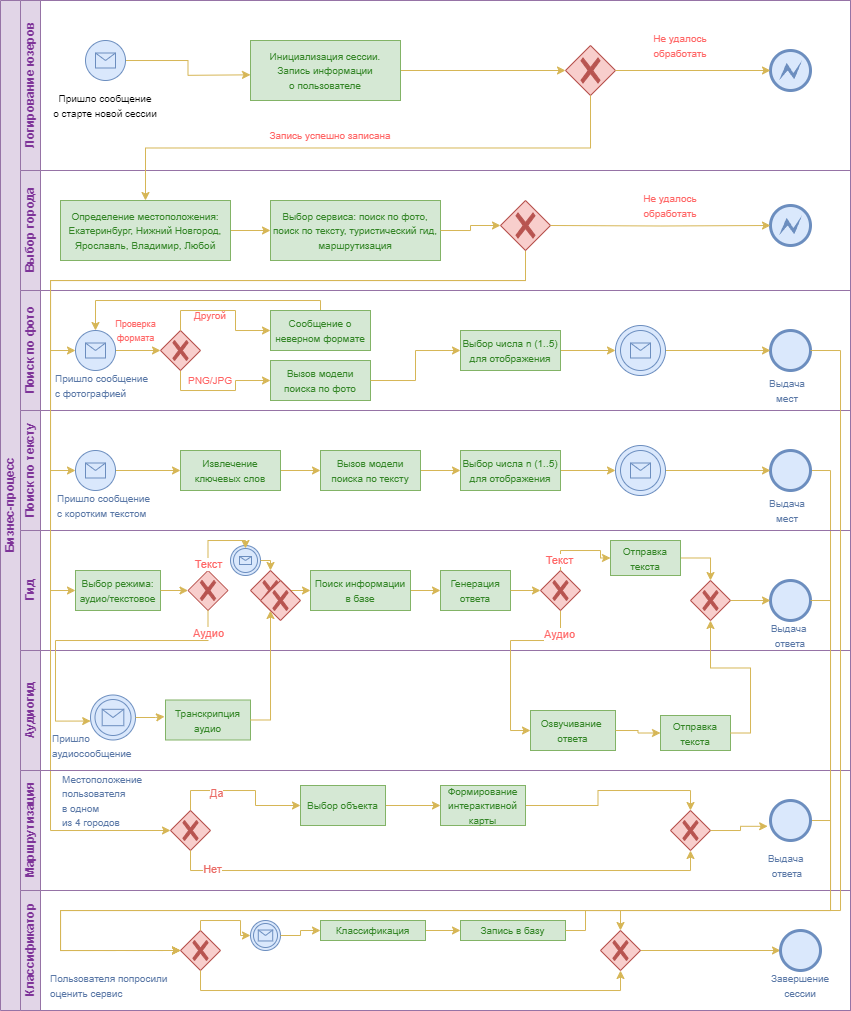
This is src/BPMN.png from Kotyga/muesli_mipt_hack_2024, a draw.io export, as it was before one commit. Source tidied: cells renumbered, new cells last; positions are measured from the earlier drawing's top-left corner, leaving out a move shared by most shapes.
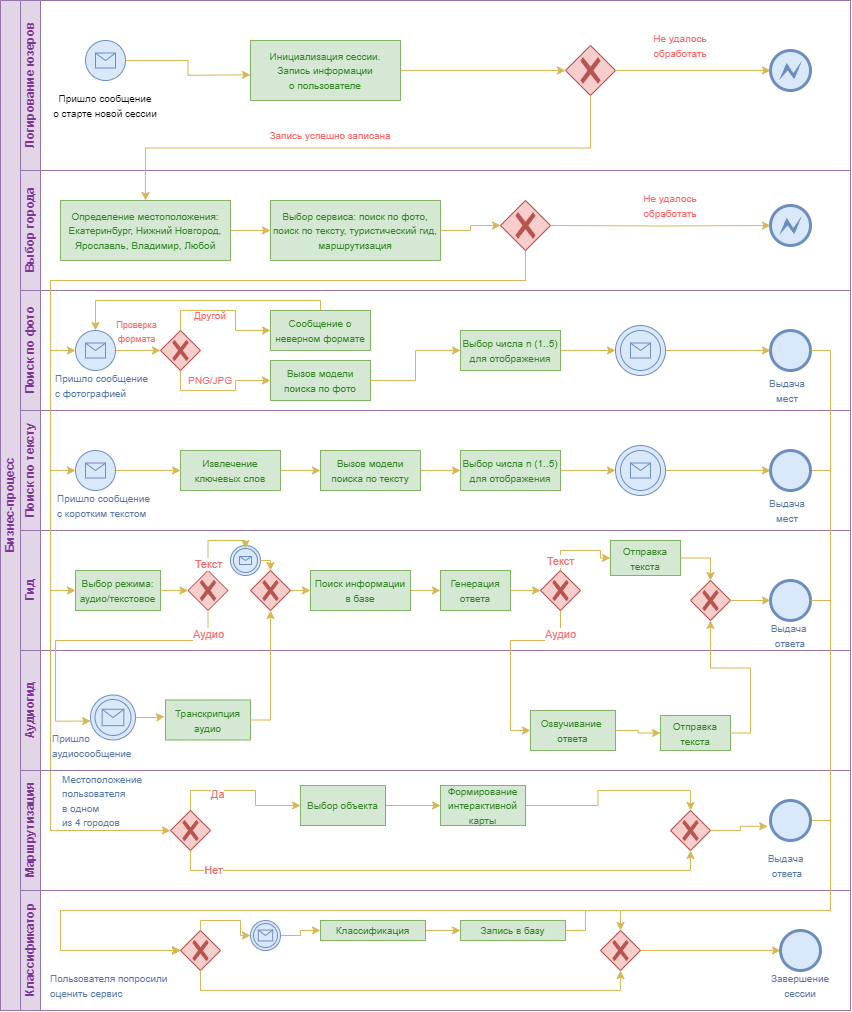
The same file after the commit.

Commit message:
Лишний символ

What changed in the source:
```diff
@@ -487,9 +487,6 @@
     <mxCell id="141" value="&lt;font color=&quot;#5977a6&quot;&gt;&lt;span style=&quot;font-size: 10px;&quot;&gt;Завершение сессии&lt;/span&gt;&lt;/font&gt;" style="text;html=1;align=center;verticalAlign=middle;whiteSpace=wrap;rounded=0;" parent="130" vertex="1">
       <mxGeometry x="750" y="80" width="60" height="30" as="geometry" />
     </mxCell>
-    <mxCell id="142" style="shape=mxgraph.bpmn.gateway2;html=1;verticalLabelPosition=bottom;labelBackgroundColor=#ffffff;verticalAlign=top;align=center;perimeter=rhombusPerimeter;outline=none;symbol=none;gwType=exclusive;fillColor=#f8cecc;strokeColor=#b85450;" parent="1" vertex="1">
-      <mxGeometry x="260" y="580" width="40" height="40" as="geometry" />
-    </mxCell>
     <mxCell id="143" style="edgeStyle=orthogonalEdgeStyle;rounded=0;jettySize=auto;html=1;exitX=1;exitY=0.5;exitDx=0;exitDy=0;entryX=0;entryY=0.5;entryDx=0;entryDy=0;entryPerimeter=0;fillColor=#fff2cc;strokeColor=#d6b656;" parent="1" edge="1" source="18" target="131">
       <mxGeometry relative="1" as="geometry">
         <Array as="points">
@@ -503,8 +500,8 @@
     <mxCell id="144" style="edgeStyle=orthogonalEdgeStyle;rounded=0;jettySize=auto;html=1;exitX=1;exitY=0.5;exitDx=0;exitDy=0;entryX=0;entryY=0.5;entryDx=0;entryDy=0;entryPerimeter=0;fillColor=#fff2cc;strokeColor=#d6b656;" parent="1" edge="1" source="41" target="131">
       <mxGeometry relative="1" as="geometry">
         <Array as="points">
-          <mxPoint x="840" y="350" />
-          <mxPoint x="840" y="910" />
+          <mxPoint x="830" y="350" />
+          <mxPoint x="830" y="910" />
           <mxPoint x="60" y="910" />
           <mxPoint x="60" y="950" />
         </Array>
```
